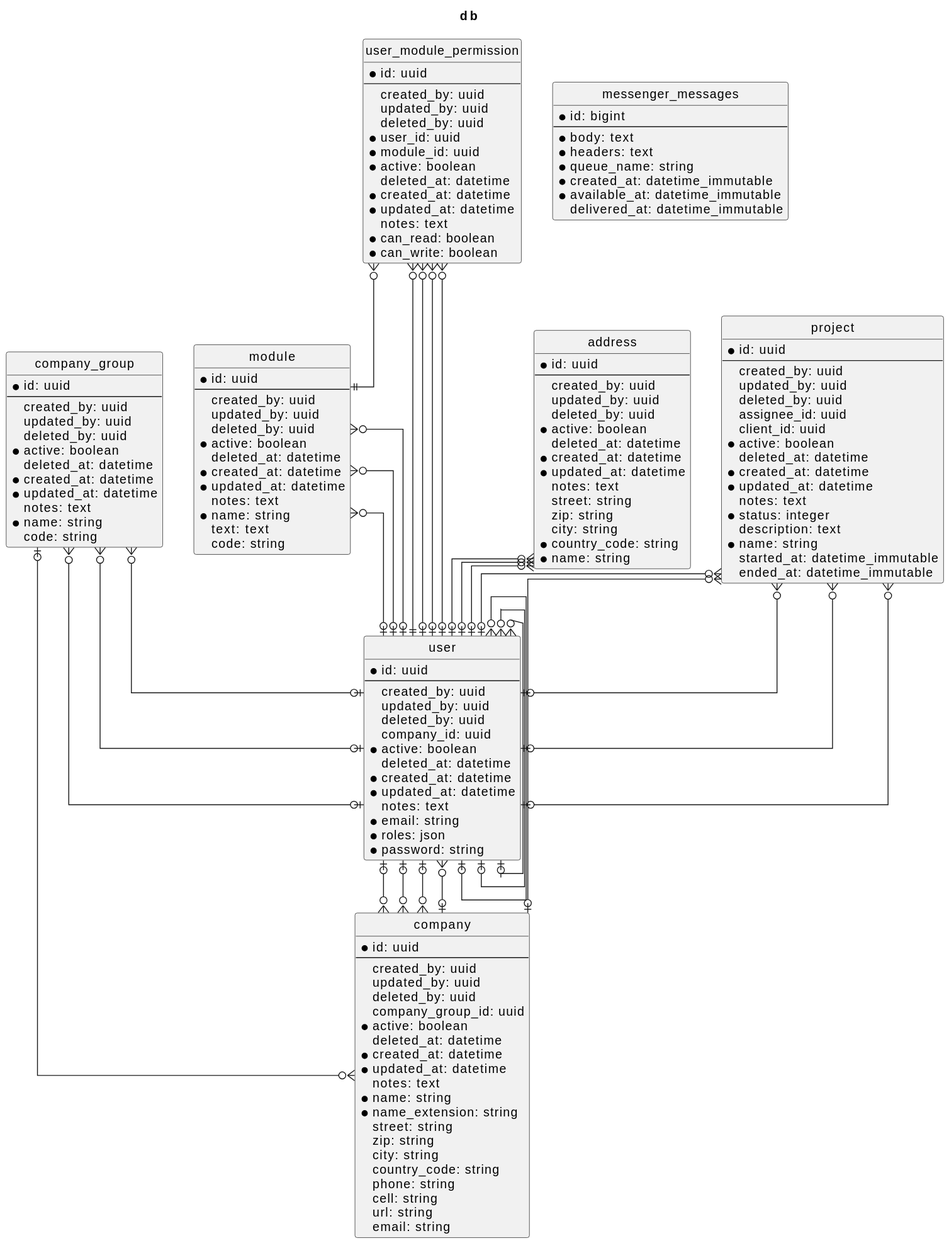
Above: assets/docs/diagram-er.svg in cschorr/symfony-core-bundle (PlantUML), before the change.
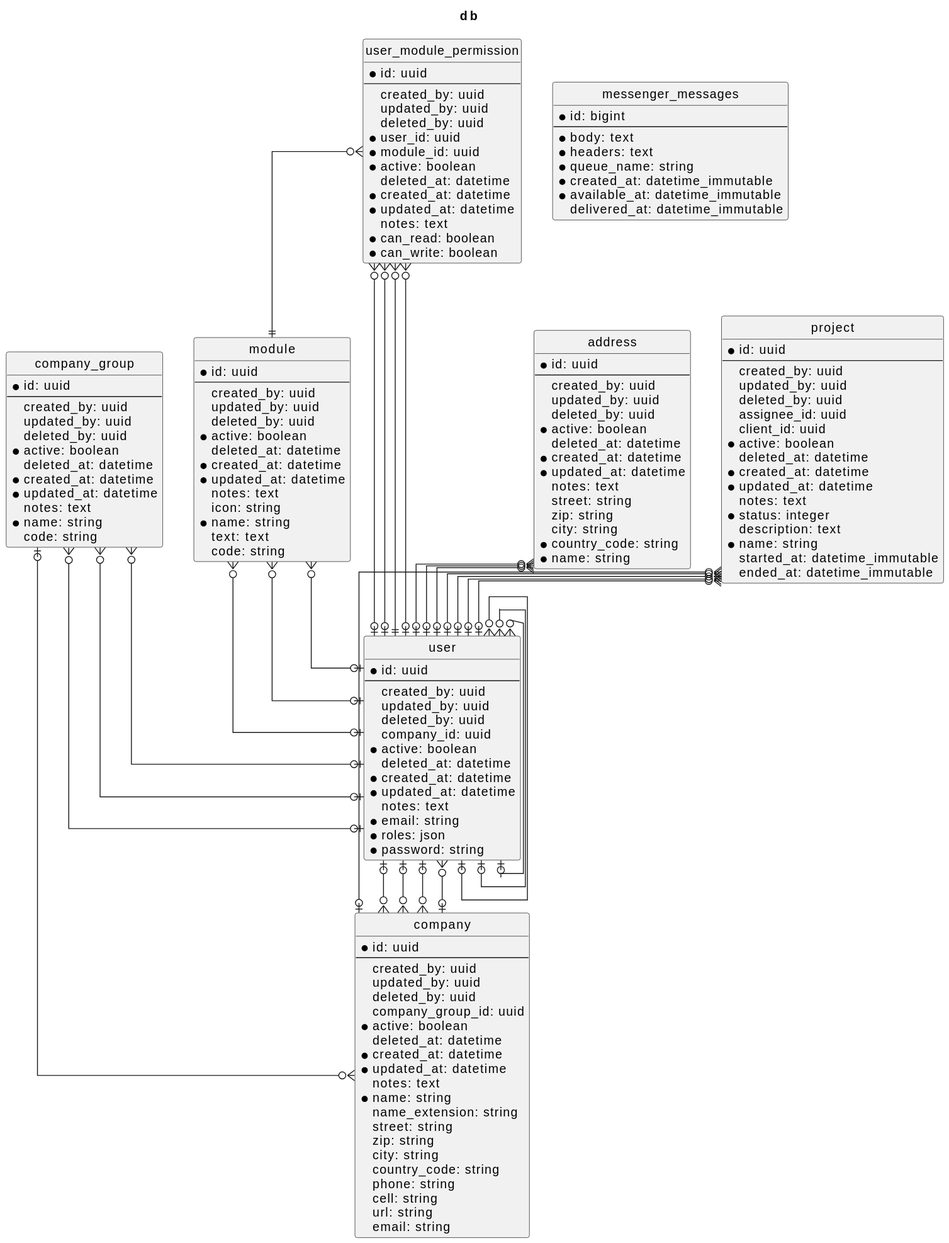
Later version of the same file.

Commit message:
fix: add field "employee" to crud company

Change to the diagram source:
```diff
@@ -49,6 +49,7 @@
 * created_at: datetime
 * updated_at: datetime
  notes: text
+ icon: string
 * name: string
  text: text
  code: string
@@ -66,7 +67,7 @@
 * updated_at: datetime
  notes: text
 * name: string
-* name_extension: string
+ name_extension: string
  street: string
  zip: string
  city: string
@@ -138,27 +139,27 @@
 company_group }o--o| user
 company_group }o--o| user
 company_group }o--o| user
+project }o--o| company
 project }o--o| user
 project }o--o| user
 project }o--o| user
-project }o--o| company
 project }o--o| user
 module }o--o| user
 module }o--o| user
 module }o--o| user
 company }o--o| user
+company }o--o| user
 company }o--o| company_group
 company }o--o| user
-company }o--o| user
+user_module_permission }o--o| user
+user_module_permission }o--o| user
 user_module_permission }o--|| user
 user_module_permission }o--o| user
 user_module_permission }o--|| module
-user_module_permission }o--o| user
-user_module_permission }o--o| user
+user }o--o| company
 user }o--o| user
 user }o--o| user
 user }o--o| user
-user }o--o| company
 address }o--o| user
 address }o--o| user
 address }o--o| user
```
